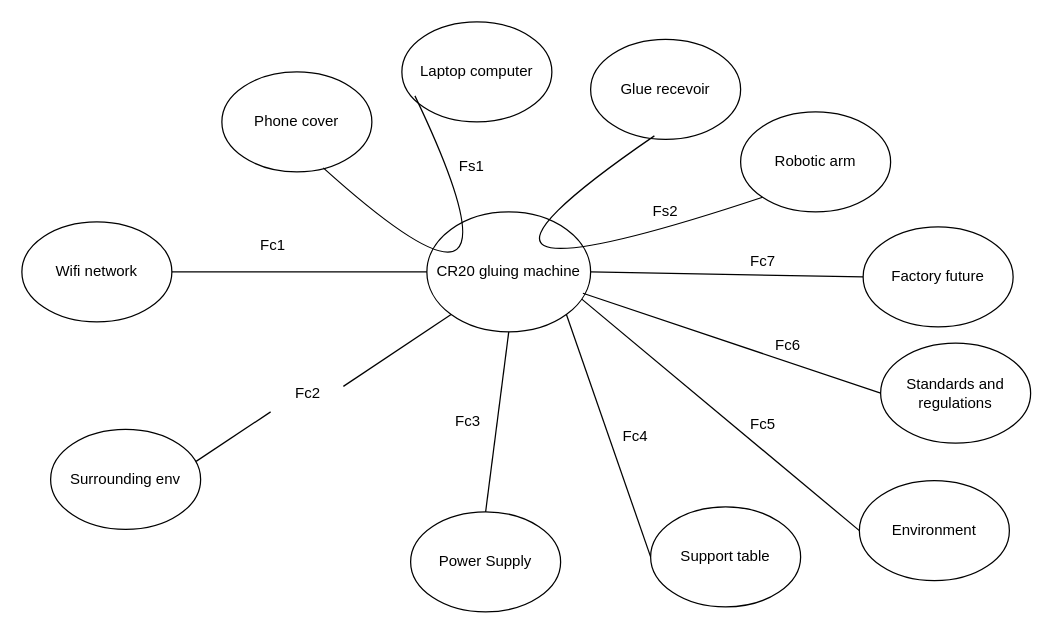
The draw.io diagram EEE.drawio in KinuthiaWambugu/Libraryms, before the edit. Source tidied: cells renumbered, new cells numbered last; positions are measured from the earlier drawing's top-left corner, leaving out a move shared by most shapes. Both pictures are drawn from the tidied source at 125%, with x=0, y=0 at pixel (21, 21).
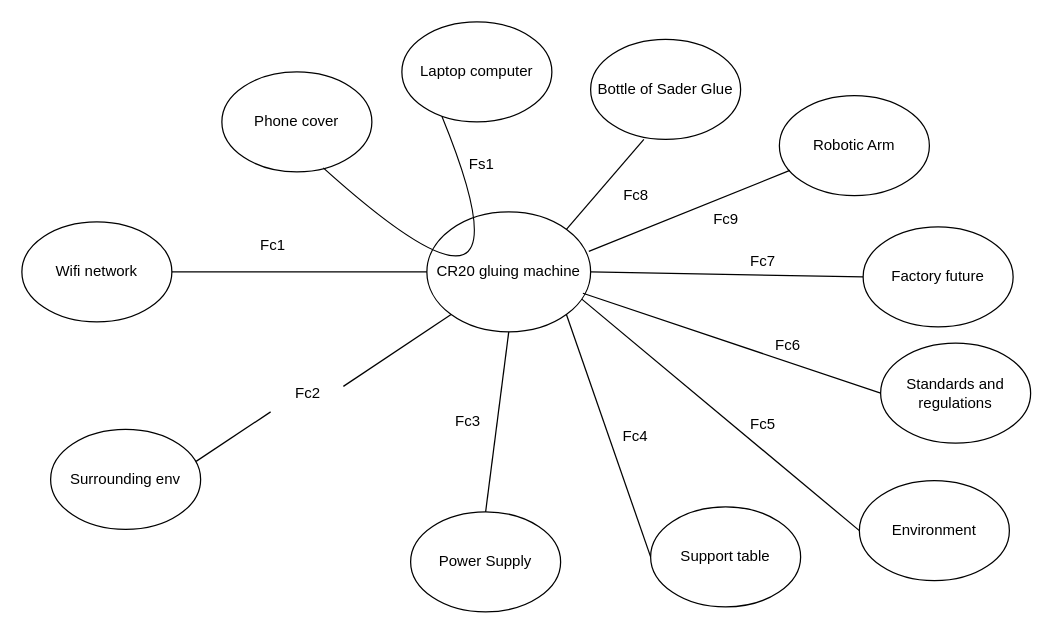
The same diagram, later.

Unchanged cells that the change refers to:
```xml
<mxCell id="2" value="CR20 gluing machine" style="ellipse;whiteSpace=wrap;html=1;" parent="1" vertex="1">
  <mxGeometry x="324" y="152" width="131" height="96" as="geometry" />
</mxCell>
<mxCell id="16" value="Phone cover" style="ellipse;whiteSpace=wrap;html=1;" parent="1" vertex="1">
  <mxGeometry x="160" y="40" width="120" height="80" as="geometry" />
</mxCell>
<mxCell id="17" value="Laptop computer" style="ellipse;whiteSpace=wrap;html=1;" parent="1" vertex="1">
  <mxGeometry x="304" width="120" height="80" as="geometry" />
</mxCell>
```

Diff of the diagram source:
```diff
@@
-    <mxCell id="3" value="Glue recevoir" style="ellipse;whiteSpace=wrap;html=1;" parent="1" vertex="1">
+    <mxCell id="3" value="Bottle of Sader Glue" style="ellipse;whiteSpace=wrap;html=1;" parent="1" vertex="1">
       <mxGeometry x="455" y="14" width="120" height="80" as="geometry" />
     </mxCell>
-    <mxCell id="4" value="Robotic arm" style="ellipse;whiteSpace=wrap;html=1;" parent="1" vertex="1">
-      <mxGeometry x="575" y="72" width="120" height="80" as="geometry" />
-    </mxCell>
@@
-    <mxCell id="12" style="endArrow=none;html=1;rounded=0;fontSize=12;startSize=8;endSize=8;curved=1;entryX=0;entryY=1;entryDx=0;entryDy=0;exitX=0.425;exitY=0.965;exitDx=0;exitDy=0;exitPerimeter=0;" parent="1" edge="1" source="3" target="4">
-      <mxGeometry relative="1" as="geometry">
-        <Array as="points">
-          <mxPoint x="286" y="242" />
-        </Array>
-      </mxGeometry>
-    </mxCell>
@@
-    <mxCell id="15" value="Fs2" style="text;html=1;align=center;verticalAlign=middle;whiteSpace=wrap;rounded=0;" parent="1" vertex="1">
-      <mxGeometry x="485" y="137" width="60" height="30" as="geometry" />
-    </mxCell>
@@
     <mxCell id="18" value="Fs1" style="text;html=1;align=center;verticalAlign=middle;whiteSpace=wrap;rounded=0;" parent="1" vertex="1">
-      <mxGeometry x="330" y="101" width="60" height="30" as="geometry" />
+      <mxGeometry x="338" y="99" width="60" height="30" as="geometry" />
     </mxCell>
-    <mxCell id="19" style="endArrow=none;html=1;rounded=0;fontSize=12;startSize=8;endSize=8;curved=1;exitX=0.676;exitY=0.96;exitDx=0;exitDy=0;exitPerimeter=0;entryX=0.087;entryY=0.74;entryDx=0;entryDy=0;entryPerimeter=0;" parent="1" edge="1" source="16" target="17">
+    <mxCell id="19" style="endArrow=none;html=1;rounded=0;fontSize=12;startSize=8;endSize=8;curved=1;exitX=0.676;exitY=0.96;exitDx=0;exitDy=0;exitPerimeter=0;entryX=0.267;entryY=0.945;entryDx=0;entryDy=0;entryPerimeter=0;" parent="1" edge="1" source="16" target="17">
       <mxGeometry relative="1" as="geometry">
         <Array as="points">
           <mxPoint x="418" y="276" />
         </Array>
       </mxGeometry>
     </mxCell>
@@
+    <mxCell id="33" style="endArrow=none;html=1;rounded=0;entryX=0.355;entryY=1;entryDx=0;entryDy=0;entryPerimeter=0;exitX=1;exitY=0;exitDx=0;exitDy=0;" parent="1" edge="1" source="2" target="3">
+      <mxGeometry relative="1" as="geometry" />
+    </mxCell>
+    <mxCell id="34" value="Fc8" style="text;html=1;align=center;verticalAlign=middle;strokeColor=none;fillColor=none;" parent="1" vertex="1">
+      <mxGeometry x="472" y="126" width="38" height="26" as="geometry" />
+    </mxCell>
+    <mxCell id="35" value="Robotic Arm" style="ellipse;whiteSpace=wrap;html=1;" parent="1" vertex="1">
+      <mxGeometry x="606" y="59" width="120" height="80" as="geometry" />
+    </mxCell>
+    <mxCell id="36" style="endArrow=none;html=1;rounded=0;entryX=0.07;entryY=0.748;entryDx=0;entryDy=0;entryPerimeter=0;exitX=0.989;exitY=0.329;exitDx=0;exitDy=0;exitPerimeter=0;" parent="1" edge="1" source="2" target="35">
+      <mxGeometry relative="1" as="geometry" />
+    </mxCell>
+    <mxCell id="37" value="Fc9" style="text;html=1;align=center;verticalAlign=middle;strokeColor=none;fillColor=none;" parent="1" vertex="1">
+      <mxGeometry x="544" y="145" width="38" height="26" as="geometry" />
+    </mxCell>
```
